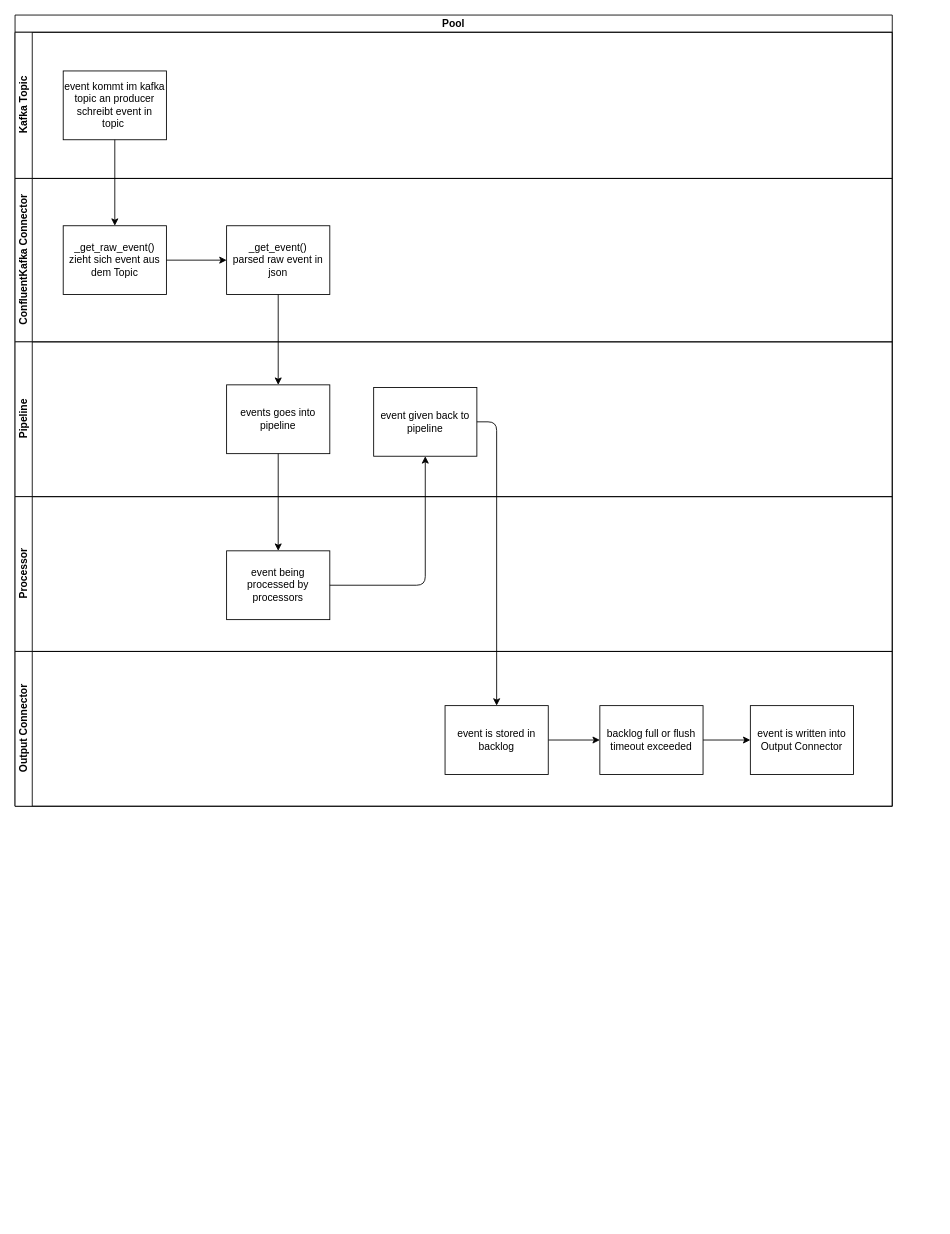
Before: doc/source/development/architecture/diagramms/event.drawio in fkie-cad/Logprep, a draw.io diagram. Source tidied: cells renumbered, new cells numbered last; positions are measured from the earlier drawing's top-left corner, leaving out a move shared by most shapes. Both pictures are drawn from the tidied source at 86%, with x=0, y=0 at pixel (15, 15).
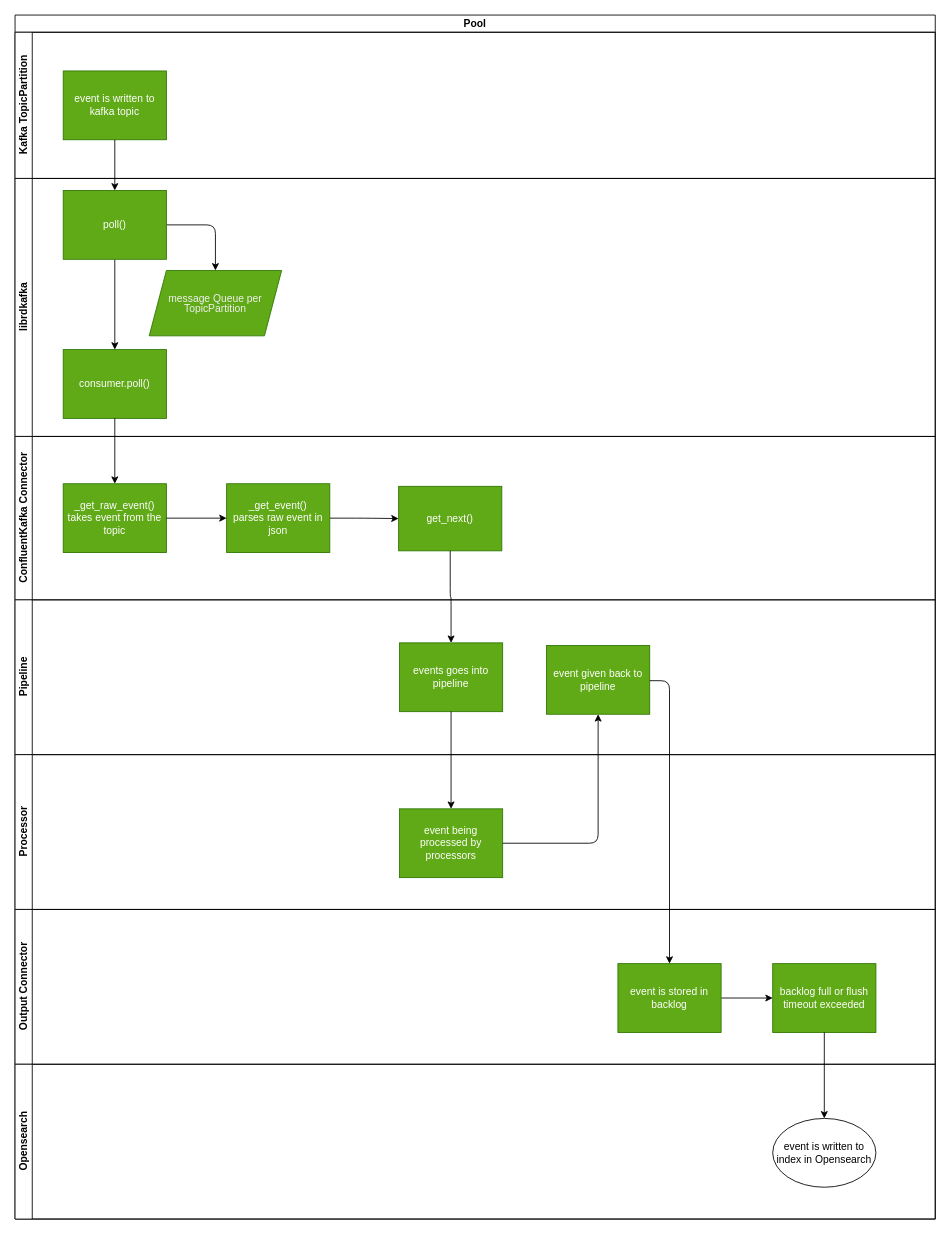
After the change.

What changed in the source:
```diff
@@
     <mxCell id="2" value="Pool" style="swimlane;html=1;horizontal=1;startSize=20;whiteSpace=wrap;" parent="1" vertex="1">
-      <mxGeometry width="1020" height="920" as="geometry" />
+      <mxGeometry width="1070" height="1400" as="geometry" />
     </mxCell>
-    <mxCell id="3" value="Kafka Topic" style="swimlane;html=1;startSize=20;horizontal=0;" parent="2" vertex="1">
-      <mxGeometry y="20" width="1020" height="170" as="geometry" />
+    <mxCell id="3" value="Kafka TopicPartition" style="swimlane;html=1;startSize=20;horizontal=0;" parent="2" vertex="1">
+      <mxGeometry y="20" width="1070" height="170" as="geometry" />
     </mxCell>
-    <mxCell id="4" value="event kommt im kafka topic an producer schreibt event in topic&amp;nbsp;" style="rounded=0;whiteSpace=wrap;html=1;" parent="3" vertex="1">
+    <mxCell id="4" value="event is written to kafka topic" style="rounded=0;whiteSpace=wrap;html=1;fillColor=#60a917;fontColor=#ffffff;strokeColor=#2D7600;" parent="3" vertex="1">
       <mxGeometry x="56" y="45" width="120" height="80" as="geometry" />
     </mxCell>
+    <mxCell id="25" value="librdkafka" style="swimlane;html=1;startSize=20;horizontal=0;" parent="2" vertex="1">
+      <mxGeometry y="190" width="1070" height="300" as="geometry" />
+    </mxCell>
+    <mxCell id="26" style="edgeStyle=none;html=1;" parent="25" edge="1" source="28" target="29">
+      <mxGeometry relative="1" as="geometry" />
+    </mxCell>
+    <mxCell id="27" style="edgeStyle=orthogonalEdgeStyle;html=1;entryX=0.5;entryY=0;entryDx=0;entryDy=0;exitX=1;exitY=0.5;exitDx=0;exitDy=0;" parent="25" edge="1" source="28" target="30">
+      <mxGeometry relative="1" as="geometry" />
+    </mxCell>
+    <mxCell id="28" value="poll()" style="rounded=0;whiteSpace=wrap;html=1;fillColor=#60a917;fontColor=#ffffff;strokeColor=#2D7600;" parent="25" vertex="1">
+      <mxGeometry x="56" y="14" width="120" height="80" as="geometry" />
+    </mxCell>
+    <mxCell id="29" value="consumer.poll()" style="rounded=0;whiteSpace=wrap;html=1;fillColor=#60a917;fontColor=#ffffff;strokeColor=#2D7600;" parent="25" vertex="1">
+      <mxGeometry x="56" y="199" width="120" height="80" as="geometry" />
+    </mxCell>
+    <mxCell id="30" value="&lt;p style=&quot;line-height: 100%;&quot;&gt;&lt;br&gt;&lt;span style=&quot;color: rgb(240, 240, 240); font-family: Helvetica; font-size: 12px; font-style: normal; font-variant-ligatures: normal; font-variant-caps: normal; font-weight: 400; letter-spacing: normal; orphans: 2; text-align: center; text-indent: 0px; text-transform: none; widows: 2; word-spacing: 0px; -webkit-text-stroke-width: 0px; text-decoration-thickness: initial; text-decoration-style: initial; text-decoration-color: initial; float: none; display: inline !important;&quot;&gt;message Queue per TopicPartition&lt;/span&gt;&lt;br&gt;&lt;br&gt;&lt;/p&gt;" style="shape=parallelogram;perimeter=parallelogramPerimeter;whiteSpace=wrap;html=1;fixedSize=1;sketch=0;size=20;fillColor=#60a917;fontColor=#ffffff;strokeColor=#2D7600;" parent="25" vertex="1">
+      <mxGeometry x="156" y="107" width="154" height="76" as="geometry" />
+    </mxCell>
     <mxCell id="5" value="ConfluentKafka Connector" style="swimlane;html=1;startSize=20;horizontal=0;" parent="2" vertex="1">
-      <mxGeometry y="190" width="1020" height="190" as="geometry" />
+      <mxGeometry y="490" width="1070" height="190" as="geometry" />
     </mxCell>
-    <mxCell id="6" value="_get_raw_event()&lt;br&gt;zieht sich event aus dem Topic" style="rounded=0;whiteSpace=wrap;html=1;" parent="5" vertex="1">
+    <mxCell id="6" value="_get_raw_event()&lt;br&gt;takes event from the topic" style="rounded=0;whiteSpace=wrap;html=1;fillColor=#60a917;fontColor=#ffffff;strokeColor=#2D7600;" parent="5" vertex="1">
       <mxGeometry x="56" y="55" width="120" height="80" as="geometry" />
     </mxCell>
+    <mxCell id="31" style="edgeStyle=orthogonalEdgeStyle;html=1;" parent="5" edge="1" source="7" target="32">
+      <mxGeometry relative="1" as="geometry" />
+    </mxCell>
-    <mxCell id="7" value="_get_event()&lt;br&gt;parsed raw event in json" style="rounded=0;whiteSpace=wrap;html=1;" parent="5" vertex="1">
+    <mxCell id="7" value="_get_event()&lt;br&gt;parses raw event in json" style="rounded=0;whiteSpace=wrap;html=1;fillColor=#60a917;fontColor=#ffffff;strokeColor=#2D7600;" parent="5" vertex="1">
       <mxGeometry x="246" y="55" width="120" height="80" as="geometry" />
     </mxCell>
@@
+    <mxCell id="32" value="get_next()" style="rounded=0;whiteSpace=wrap;html=1;fillColor=#60a917;fontColor=#ffffff;strokeColor=#2D7600;" parent="5" vertex="1">
+      <mxGeometry x="446" y="58" width="120" height="75" as="geometry" />
+    </mxCell>
     <mxCell id="9" value="Pipeline" style="swimlane;html=1;startSize=20;horizontal=0;" parent="2" vertex="1">
-      <mxGeometry y="380" width="1020" height="180" as="geometry" />
+      <mxGeometry y="680" width="1070" height="180" as="geometry" />
     </mxCell>
-    <mxCell id="10" value="events goes into pipeline" style="rounded=0;whiteSpace=wrap;html=1;" parent="9" vertex="1">
-      <mxGeometry x="246" y="50" width="120" height="80" as="geometry" />
+    <mxCell id="10" value="events goes into pipeline" style="rounded=0;whiteSpace=wrap;html=1;fillColor=#60a917;fontColor=#ffffff;strokeColor=#2D7600;" parent="9" vertex="1">
+      <mxGeometry x="447" y="50" width="120" height="80" as="geometry" />
     </mxCell>
-    <mxCell id="11" value="event given back to pipeline" style="rounded=0;whiteSpace=wrap;html=1;" parent="9" vertex="1">
-      <mxGeometry x="417" y="53" width="120" height="80" as="geometry" />
+    <mxCell id="11" value="event given back to pipeline" style="rounded=0;whiteSpace=wrap;html=1;fillColor=#60a917;fontColor=#ffffff;strokeColor=#2D7600;" parent="9" vertex="1">
+      <mxGeometry x="618" y="53" width="120" height="80" as="geometry" />
     </mxCell>
     <mxCell id="12" value="Processor" style="swimlane;html=1;startSize=20;horizontal=0;" parent="2" vertex="1">
-      <mxGeometry y="560" width="1020" height="180" as="geometry" />
+      <mxGeometry y="860" width="1070" height="180" as="geometry" />
     </mxCell>
-    <mxCell id="13" value="event being processed by processors" style="rounded=0;whiteSpace=wrap;html=1;" parent="12" vertex="1">
-      <mxGeometry x="246" y="63" width="120" height="80" as="geometry" />
+    <mxCell id="13" value="event being processed by processors" style="rounded=0;whiteSpace=wrap;html=1;fillColor=#60a917;fontColor=#ffffff;strokeColor=#2D7600;" parent="12" vertex="1">
+      <mxGeometry x="447" y="63" width="120" height="80" as="geometry" />
     </mxCell>
     <mxCell id="14" value="Output Connector" style="swimlane;html=1;startSize=20;horizontal=0;" parent="2" vertex="1">
-      <mxGeometry y="740" width="1020" height="180" as="geometry" />
+      <mxGeometry y="1040" width="1070" height="180" as="geometry" />
     </mxCell>
@@
-    <mxCell id="16" value="event is stored in backlog" style="rounded=0;whiteSpace=wrap;html=1;" parent="14" vertex="1">
-      <mxGeometry x="500" y="63" width="120" height="80" as="geometry" />
+    <mxCell id="16" value="event is stored in backlog" style="rounded=0;whiteSpace=wrap;html=1;fillColor=#60a917;fontColor=#ffffff;strokeColor=#2D7600;" parent="14" vertex="1">
+      <mxGeometry x="701" y="63" width="120" height="80" as="geometry" />
     </mxCell>
-    <mxCell id="17" style="edgeStyle=orthogonalEdgeStyle;html=1;" parent="14" edge="1" source="18" target="19">
-      <mxGeometry relative="1" as="geometry" />
-    </mxCell>
-    <mxCell id="18" value="backlog full or flush timeout exceeded" style="rounded=0;whiteSpace=wrap;html=1;" parent="14" vertex="1">
-      <mxGeometry x="680" y="63" width="120" height="80" as="geometry" />
+    <mxCell id="18" value="backlog full or flush timeout exceeded" style="rounded=0;whiteSpace=wrap;html=1;fillColor=#60a917;fontColor=#ffffff;strokeColor=#2D7600;" parent="14" vertex="1">
+      <mxGeometry x="881" y="63" width="120" height="80" as="geometry" />
     </mxCell>
-    <mxCell id="19" value="event is written into Output Connector" style="rounded=0;whiteSpace=wrap;html=1;" parent="14" vertex="1">
-      <mxGeometry x="855" y="63" width="120" height="80" as="geometry" />
-    </mxCell>
-    <mxCell id="20" style="edgeStyle=none;html=1;" parent="2" edge="1" source="4" target="6">
-      <mxGeometry relative="1" as="geometry" />
-    </mxCell>
+    <mxCell id="33" value="Opensearch" style="swimlane;html=1;startSize=20;horizontal=0;" parent="2" vertex="1">
+      <mxGeometry y="1220" width="1070" height="180" as="geometry" />
+    </mxCell>
+    <mxCell id="34" value="event is written to index in Opensearch" style="ellipse;whiteSpace=wrap;html=1;" parent="33" vertex="1">
+      <mxGeometry x="881" y="63" width="120" height="80" as="geometry" />
+    </mxCell>
-    <mxCell id="21" style="edgeStyle=none;html=1;" parent="2" edge="1" source="7" target="10">
+    <mxCell id="21" style="edgeStyle=orthogonalEdgeStyle;html=1;exitX=0.5;exitY=1;exitDx=0;exitDy=0;" parent="2" edge="1" source="32" target="10">
       <mxGeometry relative="1" as="geometry" />
     </mxCell>
@@
     <mxCell id="24" style="edgeStyle=orthogonalEdgeStyle;html=1;entryX=0.5;entryY=0;entryDx=0;entryDy=0;" parent="2" edge="1" source="11" target="16">
       <mxGeometry relative="1" as="geometry">
         <Array as="points">
-          <mxPoint x="560" y="473" />
+          <mxPoint x="761" y="774" />
         </Array>
       </mxGeometry>
     </mxCell>
+    <mxCell id="35" style="edgeStyle=none;html=1;" parent="2" edge="1" source="4" target="28">
+      <mxGeometry relative="1" as="geometry" />
+    </mxCell>
+    <mxCell id="36" style="edgeStyle=orthogonalEdgeStyle;html=1;" parent="2" edge="1" source="29" target="6">
+      <mxGeometry relative="1" as="geometry" />
+    </mxCell>
+    <mxCell id="37" style="edgeStyle=orthogonalEdgeStyle;html=1;" parent="2" edge="1" source="18" target="34">
+      <mxGeometry relative="1" as="geometry" />
+    </mxCell>
```
